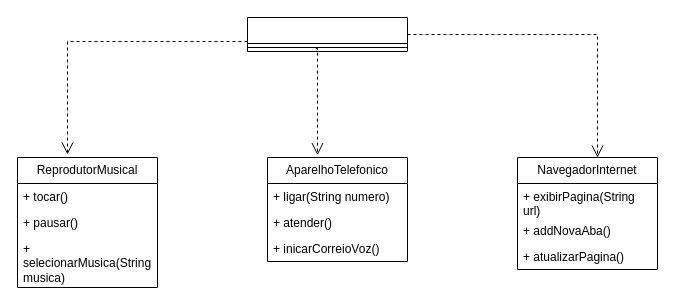
Above: src/diagrama-componente-iphone.drawio in barbara-dsv/diagrama-componente-iphone (draw.io), before the change. Source tidied: cells renumbered, new cells numbered last; positions are measured from the earlier drawing's top-left corner, leaving out a move shared by most shapes. Both pictures are drawn from the tidied source at 100%, with x=0, y=0 at pixel (17, 17).
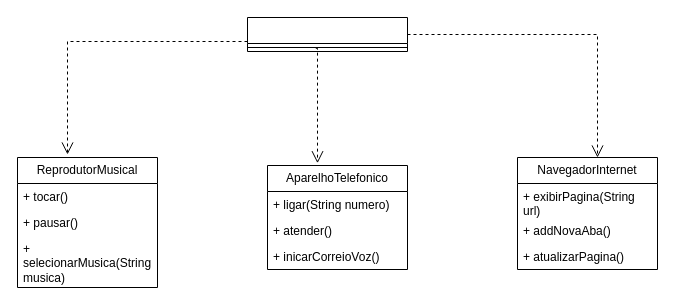
The same page after the edit.

Commit message (it also covers changes not shown here):
subindo arquivos com a resolução do exercício: código e diagrama UML

What changed in the source:
```diff
@@
-    <mxCell id="2" style="edgeStyle=none;rounded=0;html=1;dashed=1;labelBackgroundColor=none;startFill=0;endArrow=open;endFill=0;endSize=10;fontFamily=Verdana;fontSize=10;entryX=1.013;entryY=0.444;entryPerimeter=0;" parent="1" edge="1">
+    <mxCell id="2" style="edgeStyle=none;rounded=0;html=1;dashed=1;labelBackgroundColor=none;startFill=0;end Arrow=open;endFill=0;endSize=10;fontFamily=Verdana;fontSize=10;entryX=1.013;entryY=0.444;entryPerimeter=0;" parent="1" edge="1">
       <mxGeometry relative="1" as="geometry">
         <mxPoint x="584.7" y="454.5" as="sourcePoint" />
       </mxGeometry>
     </mxCell>
@@
     <mxCell id="10" value="AparelhoTelefonico" style="swimlane;fontStyle=0;horizontal=1;startSize=26;fillColor=none;whiteSpace=wrap;html=1;" parent="1" vertex="1">
-      <mxGeometry x="250" y="140" width="140" height="104" as="geometry" />
+      <mxGeometry x="250" y="148" width="140" height="104" as="geometry" />
     </mxCell>
```
